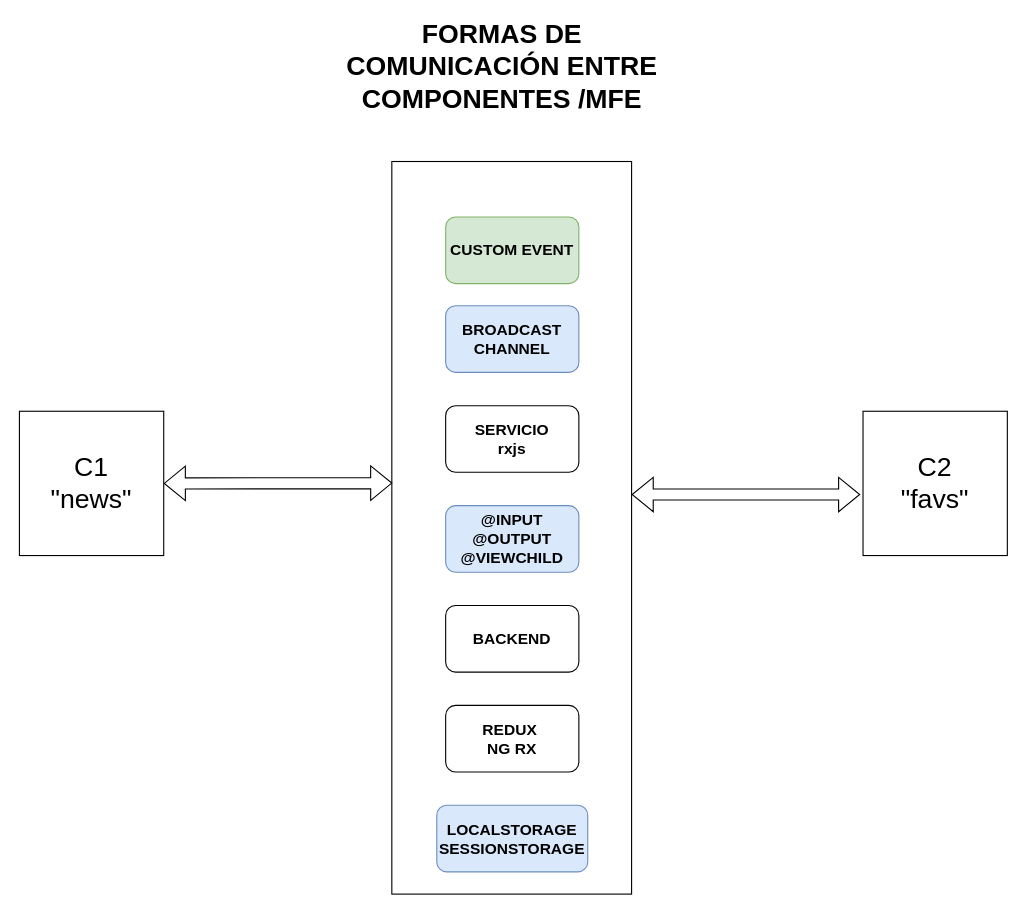
The draw.io diagram teoria/VIAMS COM MFE.drawio in Valexx55/pruebad, before the edit. Source tidied: cells renumbered, new cells numbered last; positions are measured from the earlier drawing's top-left corner, leaving out a move shared by most shapes. Both pictures are drawn from the tidied source at 111%, with x=0, y=0 at pixel (19, 50).
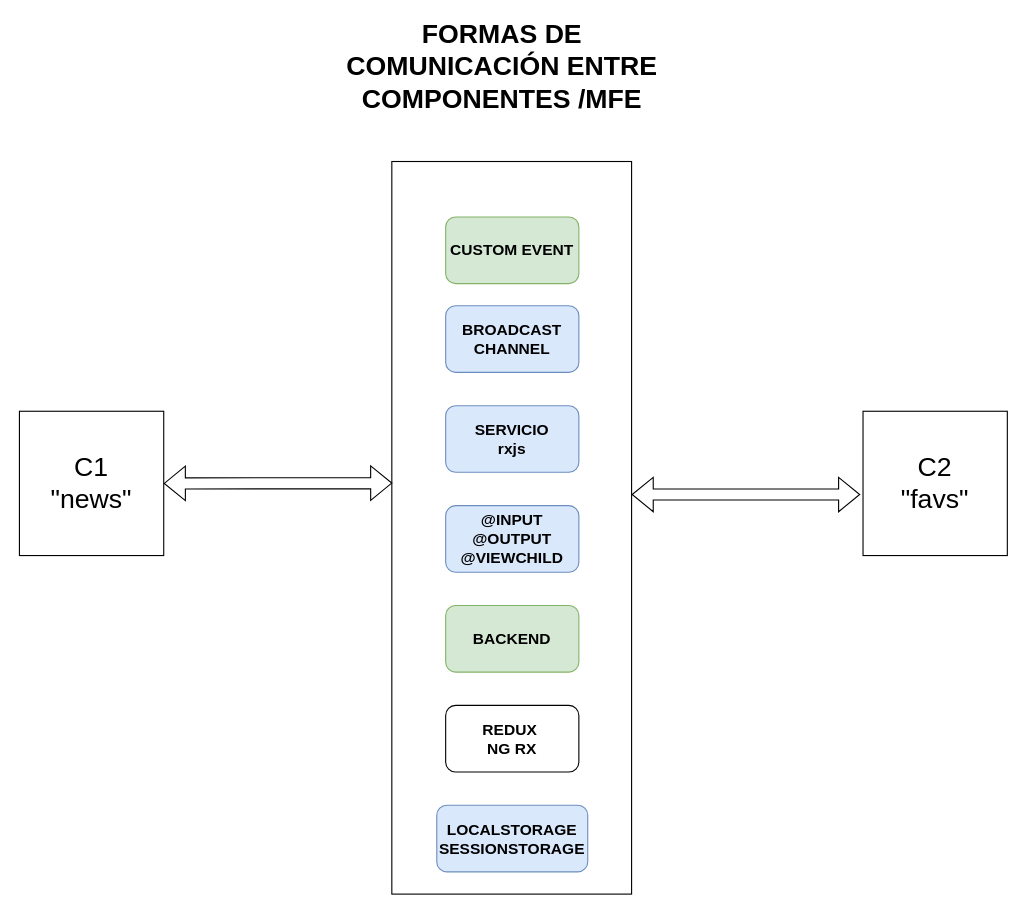
Above is the later version.

What changed in the source:
```diff
@@
 <mxGraphModel>
   <root>
     <mxCell id="0" />
     <mxCell id="1" parent="0" />
     <mxCell id="2" style="rounded=0;whiteSpace=wrap;html=1;" parent="1" vertex="1">
       <mxGeometry x="335.5" y="100" width="216" height="660" as="geometry" />
     </mxCell>
     <mxCell id="3" value="&lt;font style=&quot;font-size: 24px;&quot;&gt;C2&lt;/font&gt;&lt;div&gt;&lt;font style=&quot;font-size: 24px;&quot;&gt;&quot;favs&quot;&lt;/font&gt;&lt;/div&gt;" style="whiteSpace=wrap;html=1;" parent="1" vertex="1">
       <mxGeometry x="760" y="325" width="130" height="130" as="geometry" />
     </mxCell>
     <mxCell id="4" value="&lt;font style=&quot;font-size: 14px;&quot;&gt;&lt;b&gt;CUSTOM EVENT&lt;/b&gt;&lt;/font&gt;" style="rounded=1;whiteSpace=wrap;html=1;fillColor=#d5e8d4;strokeColor=#82b366;" parent="1" vertex="1">
       <mxGeometry x="384" y="150" width="120" height="60" as="geometry" />
     </mxCell>
     <mxCell id="5" value="&lt;font style=&quot;font-size: 14px;&quot;&gt;&lt;b&gt;BROADCAST&lt;/b&gt;&lt;/font&gt;&lt;div&gt;&lt;font style=&quot;font-size: 14px;&quot;&gt;&lt;b&gt;CHANNEL&lt;/b&gt;&lt;/font&gt;&lt;/div&gt;" style="rounded=1;whiteSpace=wrap;html=1;fillColor=#dae8fc;strokeColor=#6c8ebf;" parent="1" vertex="1">
       <mxGeometry x="384" y="230" width="120" height="60" as="geometry" />
     </mxCell>
-    <mxCell id="6" value="&lt;span style=&quot;font-size: 14px;&quot;&gt;&lt;b&gt;SERVICIO&lt;/b&gt;&lt;/span&gt;&lt;div&gt;&lt;span style=&quot;font-size: 14px;&quot;&gt;&lt;b&gt;rxjs&lt;/b&gt;&lt;/span&gt;&lt;/div&gt;" style="rounded=1;whiteSpace=wrap;html=1;" parent="1" vertex="1">
+    <mxCell id="6" value="&lt;span style=&quot;font-size: 14px;&quot;&gt;&lt;b&gt;SERVICIO&lt;/b&gt;&lt;/span&gt;&lt;div&gt;&lt;span style=&quot;font-size: 14px;&quot;&gt;&lt;b&gt;rxjs&lt;/b&gt;&lt;/span&gt;&lt;/div&gt;" style="rounded=1;whiteSpace=wrap;html=1;fillColor=#dae8fc;strokeColor=#6c8ebf;" parent="1" vertex="1">
       <mxGeometry x="384" y="320" width="120" height="60" as="geometry" />
     </mxCell>
     <mxCell id="7" value="&lt;span style=&quot;font-size: 14px;&quot;&gt;&lt;b&gt;@INPUT&lt;/b&gt;&lt;/span&gt;&lt;div&gt;&lt;span style=&quot;font-size: 14px;&quot;&gt;&lt;b&gt;@OUTPUT&lt;/b&gt;&lt;/span&gt;&lt;/div&gt;&lt;div&gt;&lt;span style=&quot;font-size: 14px;&quot;&gt;&lt;b&gt;@VIEWCHILD&lt;/b&gt;&lt;/span&gt;&lt;/div&gt;" style="rounded=1;whiteSpace=wrap;html=1;fillColor=#dae8fc;strokeColor=#6c8ebf;" parent="1" vertex="1">
       <mxGeometry x="384" y="410" width="120" height="60" as="geometry" />
     </mxCell>
     <mxCell id="8" value="&lt;font style=&quot;font-size: 24px;&quot;&gt;&lt;b style=&quot;&quot;&gt;FORMAS DE COMUNICACIÓN ENTRE COMPONENTES /MFE&lt;/b&gt;&lt;/font&gt;" style="text;html=1;whiteSpace=wrap;strokeColor=none;fillColor=none;align=center;verticalAlign=middle;rounded=0;" parent="1" vertex="1">
       <mxGeometry x="280" width="310" height="30" as="geometry" />
     </mxCell>
-    <mxCell id="9" value="&lt;span style=&quot;font-size: 14px;&quot;&gt;&lt;b&gt;BACKEND&lt;/b&gt;&lt;/span&gt;" style="rounded=1;whiteSpace=wrap;html=1;" parent="1" vertex="1">
+    <mxCell id="9" value="&lt;span style=&quot;font-size: 14px;&quot;&gt;&lt;b&gt;BACKEND&lt;/b&gt;&lt;/span&gt;" style="rounded=1;whiteSpace=wrap;html=1;fillColor=#d5e8d4;strokeColor=#82b366;" parent="1" vertex="1">
       <mxGeometry x="384" y="500" width="120" height="60" as="geometry" />
     </mxCell>
     <mxCell id="10" value="&lt;span style=&quot;font-size: 14px;&quot;&gt;&lt;b&gt;REDUX&amp;nbsp;&lt;/b&gt;&lt;/span&gt;&lt;div&gt;&lt;span style=&quot;font-size: 14px;&quot;&gt;&lt;b&gt;NG RX&lt;/b&gt;&lt;/span&gt;&lt;/div&gt;" style="rounded=1;whiteSpace=wrap;html=1;" parent="1" vertex="1">
       <mxGeometry x="384" y="590" width="120" height="60" as="geometry" />
     </mxCell>
     <mxCell id="11" value="&lt;span style=&quot;font-size: 14px;&quot;&gt;&lt;b&gt;LOCALSTORAGE&lt;/b&gt;&lt;/span&gt;&lt;div&gt;&lt;b style=&quot;font-size: 14px;&quot;&gt;SESSIONSTORAGE&lt;/b&gt;&lt;span style=&quot;font-size: 14px;&quot;&gt;&lt;b&gt;&lt;/b&gt;&lt;/span&gt;&lt;/div&gt;" style="rounded=1;whiteSpace=wrap;html=1;fillColor=#dae8fc;strokeColor=#6c8ebf;" parent="1" vertex="1">
       <mxGeometry x="376" y="680" width="136" height="60" as="geometry" />
     </mxCell>
     <mxCell id="12" value="&lt;font style=&quot;font-size: 24px;&quot;&gt;C1&lt;/font&gt;&lt;div&gt;&lt;font style=&quot;font-size: 24px;&quot;&gt;&quot;news&quot;&lt;/font&gt;&lt;/div&gt;" style="whiteSpace=wrap;html=1;" parent="1" vertex="1">
       <mxGeometry y="325" width="130" height="130" as="geometry" />
     </mxCell>
     <mxCell id="13" style="shape=flexArrow;endArrow=classic;startArrow=classic;html=1;rounded=0;exitX=1;exitY=0.5;exitDx=0;exitDy=0;entryX=0.002;entryY=0.439;entryDx=0;entryDy=0;entryPerimeter=0;" parent="1" edge="1" source="12" target="2">
       <mxGeometry relative="1" as="geometry" />
     </mxCell>
     <mxCell id="14" style="shape=flexArrow;endArrow=classic;startArrow=classic;html=1;rounded=0;exitX=1;exitY=0.5;exitDx=0;exitDy=0;entryX=0.002;entryY=0.439;entryDx=0;entryDy=0;entryPerimeter=0;" parent="1" edge="1">
       <mxGeometry relative="1" as="geometry">
         <mxPoint x="551.5" y="400" as="sourcePoint" />
         <mxPoint x="757.5" y="400" as="targetPoint" />
       </mxGeometry>
     </mxCell>
   </root>
 </mxGraphModel>
```
